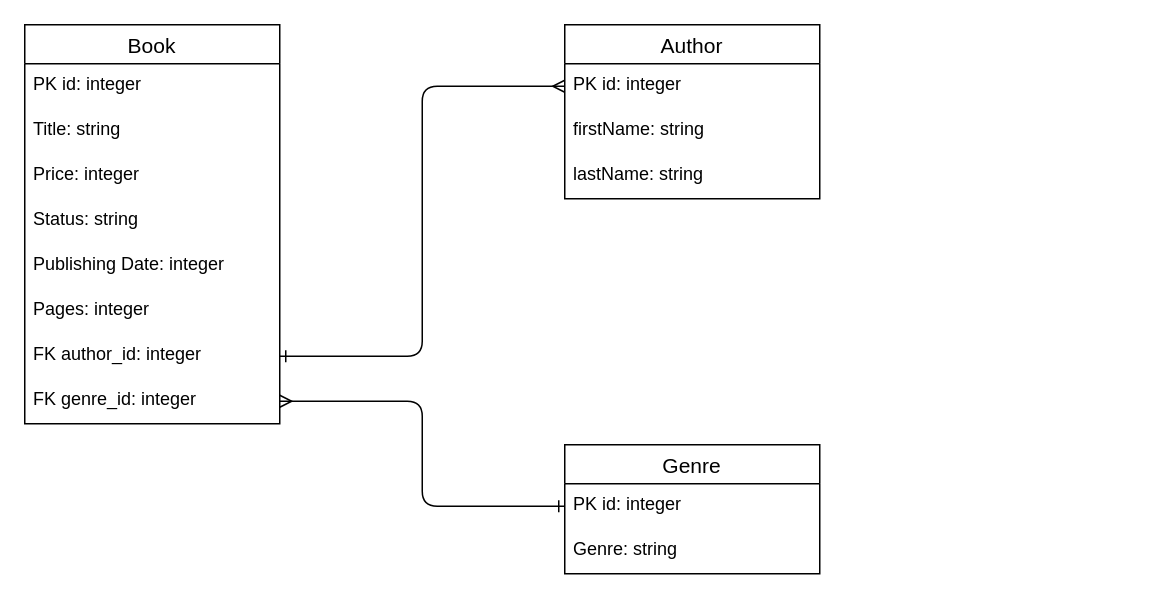
This is page "Page-3" (3 of 3) of homelibrary.drawio from Arnaldo1990/Database-Development-Day-1, a draw.io file, before an edit. Source tidied: cells renumbered, new cells numbered last; positions are measured from the earlier drawing's top-left corner, leaving out a move shared by most shapes. Both pictures are drawn from the tidied source at 150%, with x=0, y=0 at pixel (24, 24).
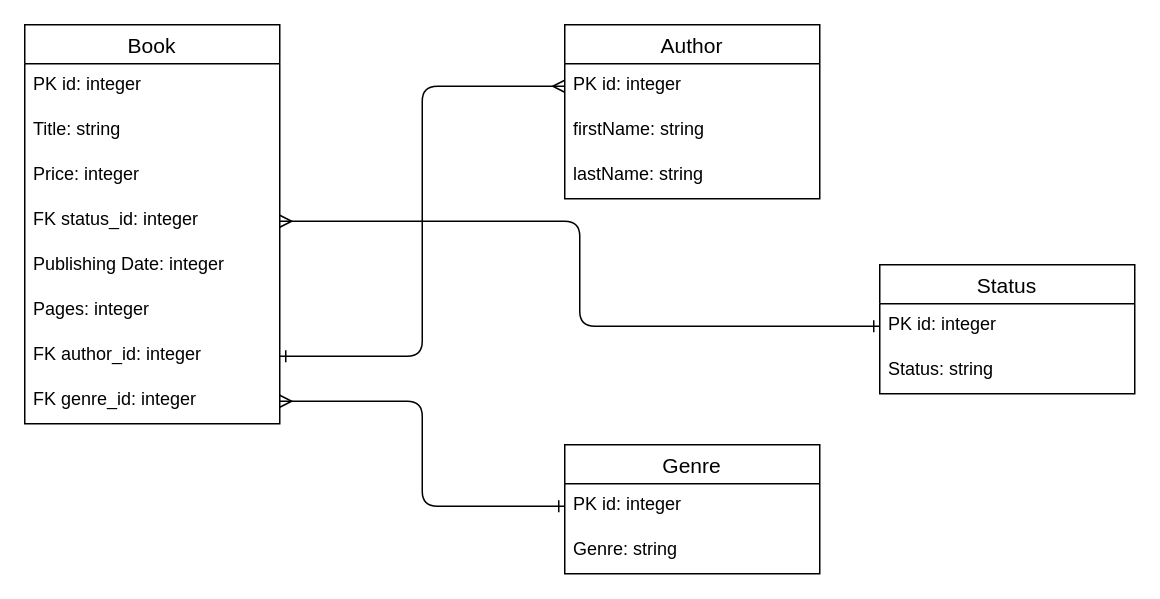
The same diagram, later.

Unchanged cells that the change refers to:
```xml
<mxCell id="2" value="Book" style="swimlane;fontStyle=0;horizontal=1;startSize=26;align=center;fontSize=14;" parent="1" vertex="1">
  <mxGeometry width="170" height="266" as="geometry" />
</mxCell>
```

The edit, as a diff of the source:
```diff
@@
-    <mxCell id="6" value="Status: string" style="text;strokeColor=none;fillColor=none;spacingLeft=4;spacingRight=4;overflow=hidden;points=[[0,0.5],[1,0.5]];portConstraint=eastwest;fontSize=12;" parent="2" vertex="1">
+    <mxCell id="6" value="FK status_id: integer" style="text;strokeColor=none;fillColor=none;spacingLeft=4;spacingRight=4;overflow=hidden;points=[[0,0.5],[1,0.5]];portConstraint=eastwest;fontSize=12;" parent="2" vertex="1">
       <mxGeometry y="116" width="170" height="30" as="geometry" />
     </mxCell>
@@
+    <mxCell id="20" value="Status" style="swimlane;fontStyle=0;horizontal=1;startSize=26;align=center;fontSize=14;" parent="1" vertex="1">
+      <mxGeometry x="570" y="160" width="170" height="86" as="geometry" />
+    </mxCell>
+    <mxCell id="21" value="PK id: integer" style="text;strokeColor=none;fillColor=none;spacingLeft=4;spacingRight=4;overflow=hidden;points=[[0,0.5],[1,0.5]];portConstraint=eastwest;fontSize=12;" parent="20" vertex="1">
+      <mxGeometry y="26" width="170" height="30" as="geometry" />
+    </mxCell>
+    <mxCell id="22" value="Status: string" style="text;strokeColor=none;fillColor=none;spacingLeft=4;spacingRight=4;overflow=hidden;fontSize=12;" parent="20" vertex="1">
+      <mxGeometry y="56" width="170" height="30" as="geometry" />
+    </mxCell>
+    <mxCell id="23" style="edgeStyle=orthogonalEdgeStyle;html=1;exitX=1;exitY=0.5;exitDx=0;exitDy=0;entryX=0;entryY=0.5;entryDx=0;entryDy=0;startArrow=ERmany;startFill=0;endArrow=ERone;endFill=0;" parent="1" edge="1" source="6" target="21">
+      <mxGeometry relative="1" as="geometry" />
+    </mxCell>
```
